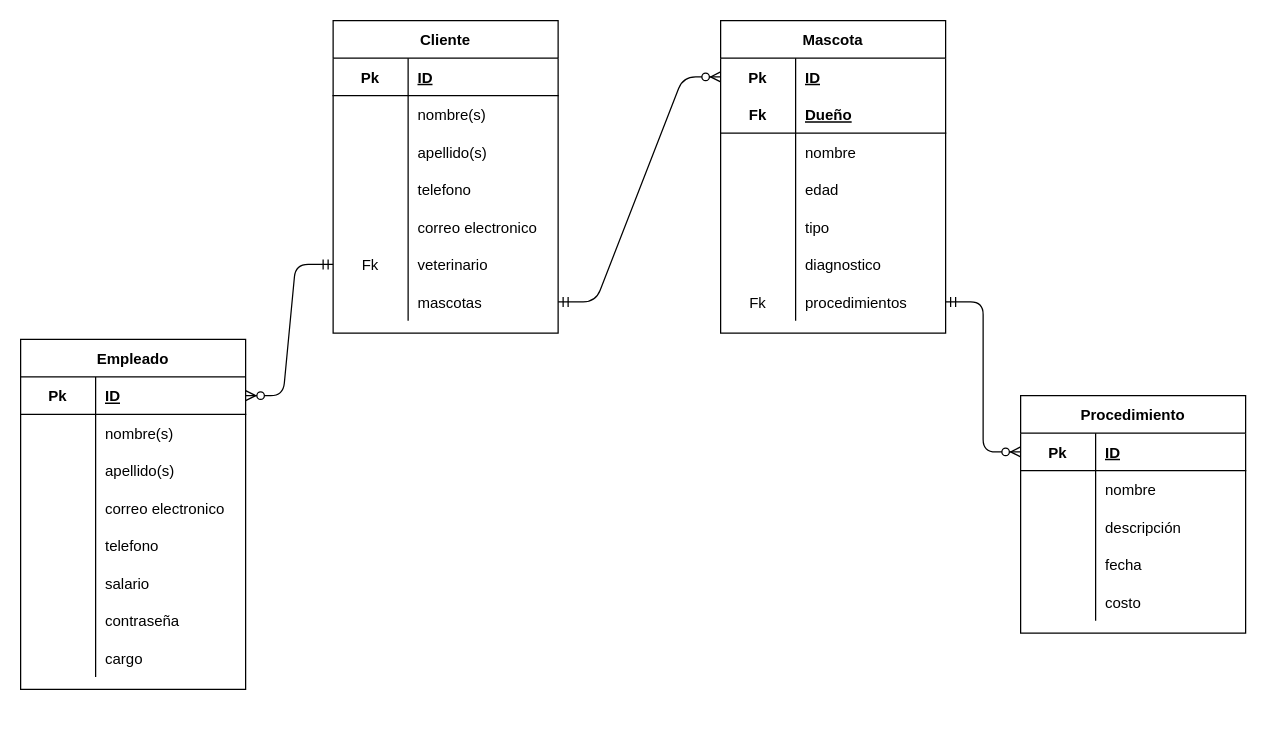
This is page "modeloEntidadRelacion" (2 of 3) of Diagramas.drawio from NataliaPerez08/proyectoETE, a draw.io file, before an edit. Source tidied: cells renumbered, new cells numbered last; positions are measured from the earlier drawing's top-left corner, leaving out a move shared by most shapes. Both pictures are drawn from the tidied source at 125%, with x=0, y=0 at pixel (20, 20).
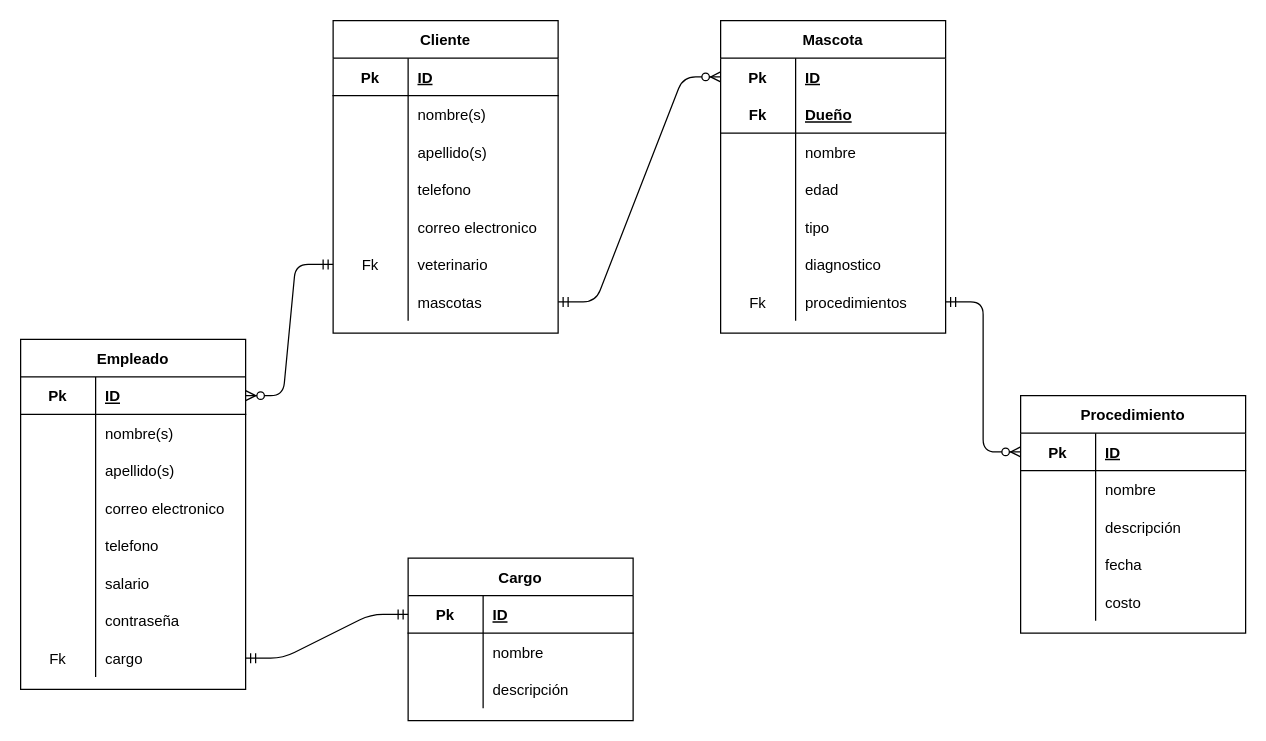
Above is the later version.

Unchanged cells that the change refers to:
```xml
<mxCell id="46" style="shape=partialRectangle;fillColor=none;top=0;left=0;bottom=0;right=0;points=[[0,0.5],[1,0.5]];portConstraint=eastwest;" parent="24" vertex="1">
  <mxGeometry y="240" width="180" height="30" as="geometry" />
</mxCell>
```

The edit, as a diff of the source:
```diff
@@
-    <mxCell id="47" style="shape=partialRectangle;fillColor=none;top=0;left=0;bottom=0;right=0;overflow=hidden;" parent="46" vertex="1">
+    <mxCell id="47" value="Fk" style="shape=partialRectangle;fillColor=none;top=0;left=0;bottom=0;right=0;overflow=hidden;" parent="46" vertex="1">
       <mxGeometry width="60" height="30" as="geometry" />
     </mxCell>
@@
+    <mxCell id="90" value="Cargo" style="shape=table;startSize=30;childLayout=tableLayout;rowLines=0;fontStyle=1;align=center;" parent="1" vertex="1">
+      <mxGeometry x="310" y="430" width="180" height="130" as="geometry" />
+    </mxCell>
+    <mxCell id="91" style="shape=partialRectangle;fillColor=none;top=0;left=0;bottom=1;right=0;points=[[0,0.5],[1,0.5]];portConstraint=eastwest;" parent="90" vertex="1">
+      <mxGeometry y="30" width="180" height="30" as="geometry" />
+    </mxCell>
+    <mxCell id="92" value="Pk" style="shape=partialRectangle;fillColor=none;top=0;left=0;bottom=0;right=0;fontStyle=1;overflow=hidden;" parent="91" vertex="1">
+      <mxGeometry width="60" height="30" as="geometry" />
+    </mxCell>
+    <mxCell id="93" value="ID" style="shape=partialRectangle;fillColor=none;top=0;left=0;bottom=0;right=0;align=left;spacingLeft=6;fontStyle=5;overflow=hidden;" parent="91" vertex="1">
+      <mxGeometry x="60" width="120" height="30" as="geometry" />
+    </mxCell>
+    <mxCell id="94" style="shape=partialRectangle;fillColor=none;top=0;left=0;bottom=0;right=0;" parent="90" vertex="1">
+      <mxGeometry y="60" width="180" height="30" as="geometry" />
+    </mxCell>
+    <mxCell id="95" style="shape=partialRectangle;fillColor=none;top=0;left=0;bottom=0;right=0;overflow=hidden;" parent="94" vertex="1">
+      <mxGeometry width="60" height="30" as="geometry" />
+    </mxCell>
+    <mxCell id="96" value="nombre" style="shape=partialRectangle;fillColor=none;top=0;left=0;bottom=0;right=0;align=left;spacingLeft=6;overflow=hidden;" parent="94" vertex="1">
+      <mxGeometry x="60" width="120" height="30" as="geometry" />
+    </mxCell>
+    <mxCell id="97" style="shape=partialRectangle;fillColor=none;top=0;left=0;bottom=0;right=0;" parent="90" vertex="1">
+      <mxGeometry y="90" width="180" height="30" as="geometry" />
+    </mxCell>
+    <mxCell id="98" style="shape=partialRectangle;fillColor=none;top=0;left=0;bottom=0;right=0;overflow=hidden;" parent="97" vertex="1">
+      <mxGeometry width="60" height="30" as="geometry" />
+    </mxCell>
+    <mxCell id="99" value="descripción" style="shape=partialRectangle;fillColor=none;top=0;left=0;bottom=0;right=0;align=left;spacingLeft=6;overflow=hidden;" parent="97" vertex="1">
+      <mxGeometry x="60" width="120" height="30" as="geometry" />
+    </mxCell>
+    <mxCell id="100" style="edgeStyle=entityRelationEdgeStyle;fontSize=12;html=1;endArrow=ERmandOne;startArrow=ERmandOne;exitX=1;exitY=0.5;exitDx=0;exitDy=0;entryX=0;entryY=0.5;entryDx=0;entryDy=0;" parent="1" edge="1" source="46" target="91">
+      <mxGeometry relative="1" as="geometry" />
+    </mxCell>
```
